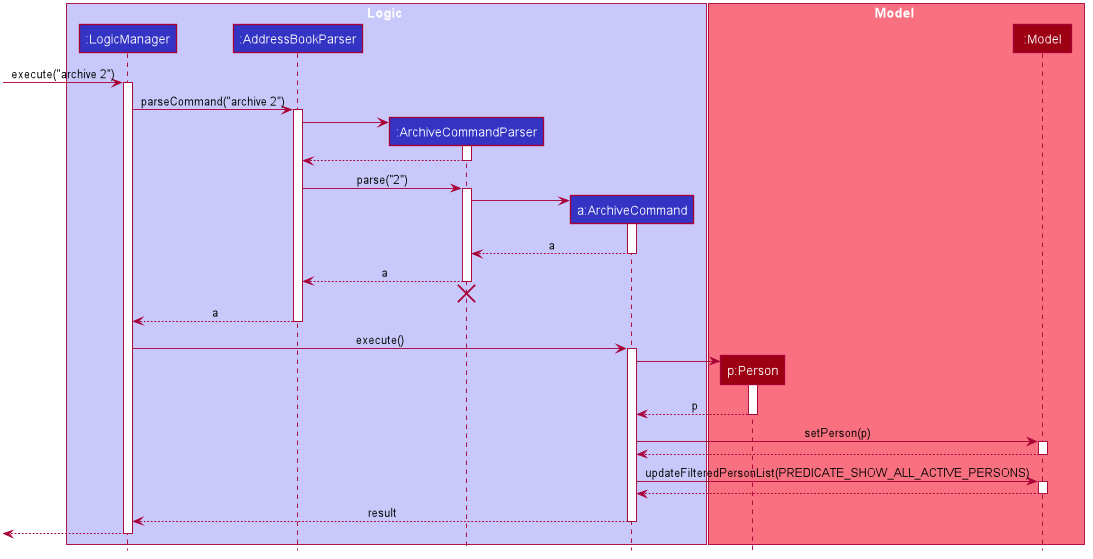
Before: docs/images/ArchiveSequenceDiagram.png, a diagram exported from PlantUML (nus-cs2103-AY2021S1/tp).
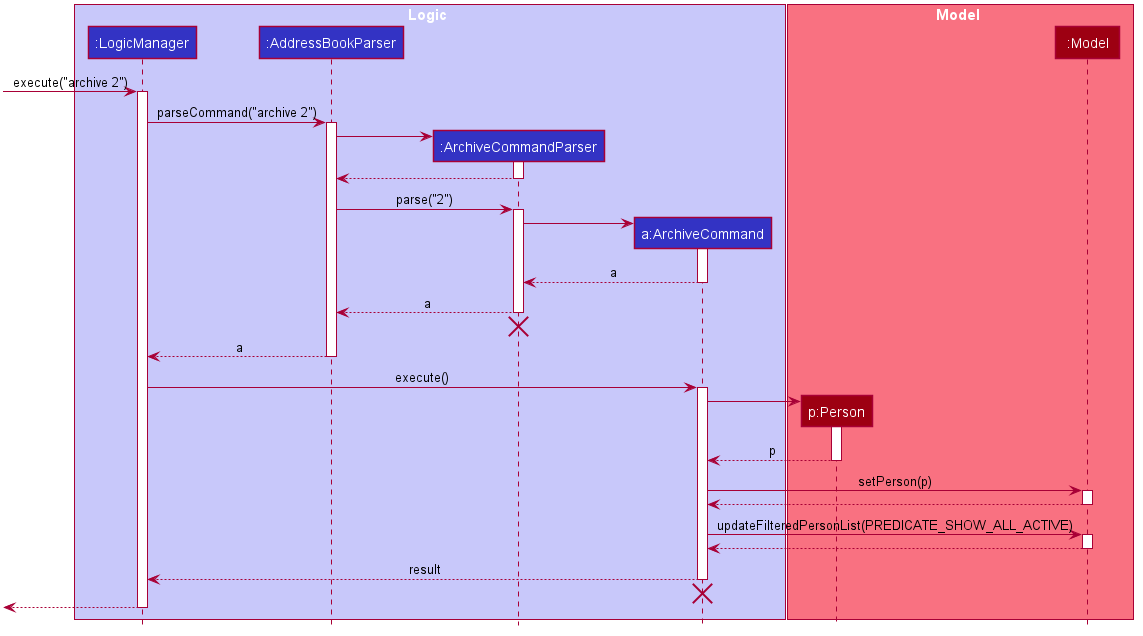
After the change.

Commit message:
Update DG, Archive portion to actual implementation

Diff of the diagram source:
```diff
@@ -107,7 +107,7 @@
 Model --> ArchiveCommand
 deactivate Model
 
-ArchiveCommand -> Model : updateFilteredPersonList(PREDICATE_SHOW_ALL_ACTIVE_PERSONS)
+ArchiveCommand -> Model : updateFilteredPersonList(PREDICATE_SHOW_ALL_ACTIVE)
 activate Model
 
 Model --> ArchiveCommand
@@ -115,6 +115,8 @@
 
 ArchiveCommand --> LogicManager : result
 deactivate ArchiveCommand
+ArchiveCommand -[hidden]-> LogicManager
+destroy ArchiveCommand
 
 [<--LogicManager
 deactivate LogicManager
```
